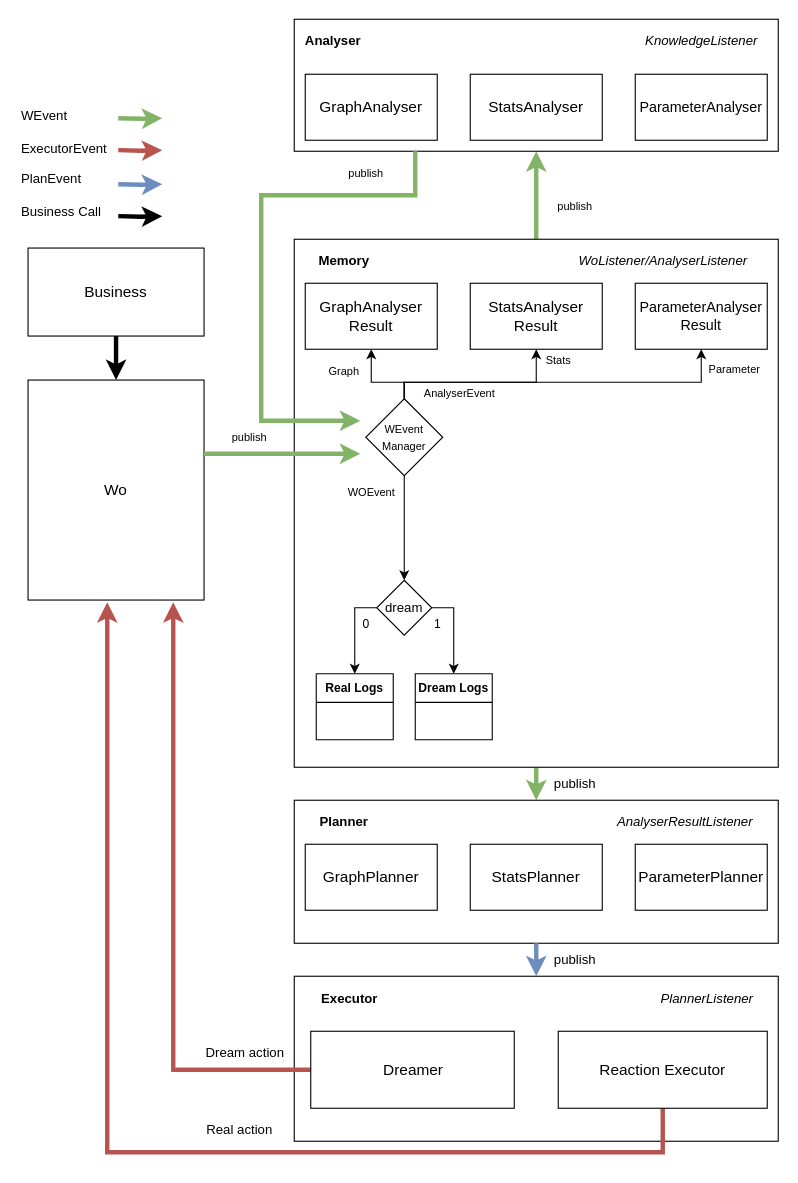
Before: fig/drawio/meta_model.drawio in Sylv-Lej/thesis-separation-concerns, a draw.io diagram. Source tidied: cells renumbered, new cells numbered last; positions are measured from the earlier drawing's top-left corner, leaving out a move shared by most shapes. Both pictures are drawn from the tidied source at 110%, with x=0, y=0 at pixel (19, 19).
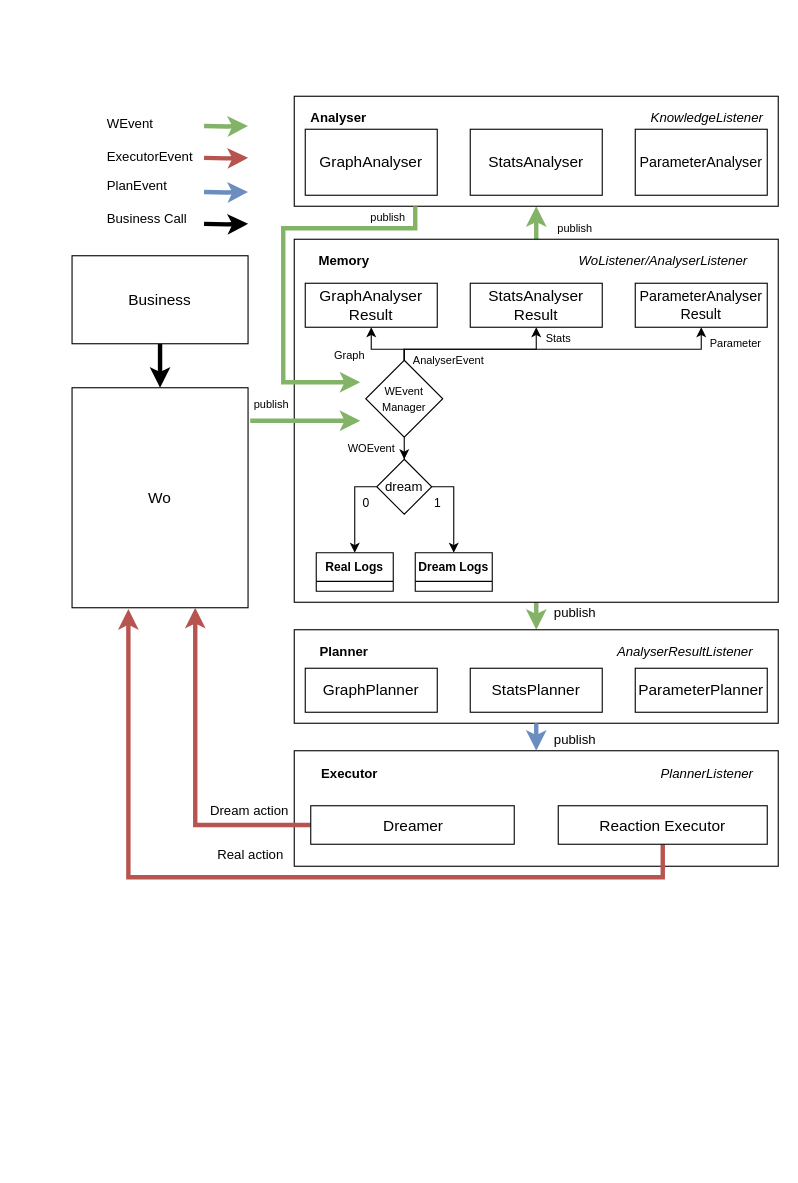
Above is the later version.

What changed in the source:
```diff
@@
     <mxCell id="2" style="rounded=0;whiteSpace=wrap;html=1;fontSize=10;" parent="1" vertex="1">
-      <mxGeometry x="250" y="870" width="440" height="150" as="geometry" />
+      <mxGeometry x="250" y="665" width="440" height="105" as="geometry" />
     </mxCell>
     <mxCell id="3" value="&lt;font style=&quot;font-size: 14px&quot;&gt;Wo&lt;/font&gt;" style="rounded=0;whiteSpace=wrap;html=1;" parent="1" vertex="1">
-      <mxGeometry x="8" y="328" width="160" height="200" as="geometry" />
+      <mxGeometry x="48" y="335" width="160" height="200" as="geometry" />
     </mxCell>
@@
     <mxCell id="5" value="&lt;font style=&quot;font-size: 14px&quot;&gt;Business&lt;/font&gt;" style="rounded=0;whiteSpace=wrap;html=1;" parent="1" vertex="1">
-      <mxGeometry x="8" y="208" width="160" height="80" as="geometry" />
+      <mxGeometry x="48" y="215" width="160" height="80" as="geometry" />
     </mxCell>
-    <mxCell id="6" style="edgeStyle=orthogonalEdgeStyle;rounded=0;jettySize=auto;html=1;exitX=0.5;exitY=0;exitDx=0;exitDy=0;entryX=0.5;entryY=1;entryDx=0;entryDy=0;fontSize=30;strokeWidth=4;fillColor=#d5e8d4;strokeColor=#82b366;" parent="1" edge="1" source="8" target="10">
-      <mxGeometry relative="1" as="geometry" />
+    <mxCell id="6" style="edgeStyle=orthogonalEdgeStyle;rounded=0;jettySize=auto;html=1;exitX=0.5;exitY=0;exitDx=0;exitDy=0;fontSize=30;strokeWidth=4;fillColor=#d5e8d4;strokeColor=#82b366;" parent="1" edge="1" source="8">
+      <mxGeometry relative="1" as="geometry">
+        <mxPoint x="470" y="170" as="targetPoint" />
+      </mxGeometry>
     </mxCell>
@@
     <mxCell id="8" style="rounded=0;whiteSpace=wrap;html=1;" parent="1" vertex="1">
-      <mxGeometry x="250" y="200" width="440" height="480" as="geometry" />
+      <mxGeometry x="250" y="200" width="440" height="330" as="geometry" />
     </mxCell>
@@
     <mxCell id="10" style="rounded=0;whiteSpace=wrap;html=1;" parent="1" vertex="1">
-      <mxGeometry x="250" width="440" height="120" as="geometry" />
+      <mxGeometry x="250" y="70" width="440" height="100" as="geometry" />
     </mxCell>
     <mxCell id="11" value="&lt;i&gt;KnowledgeListener&lt;/i&gt;" style="text;html=1;align=center;verticalAlign=middle;strokeColor=none;fillColor=none;" parent="1" vertex="1">
-      <mxGeometry x="560" y="10" width="120" height="20" as="geometry" />
+      <mxGeometry x="565" y="80" width="120" height="20" as="geometry" />
     </mxCell>
     <mxCell id="12" value="&lt;b&gt;Analyser&lt;/b&gt;" style="text;html=1;align=center;verticalAlign=middle;strokeColor=none;fillColor=none;" parent="1" vertex="1">
-      <mxGeometry x="250" y="10" width="70" height="20" as="geometry" />
+      <mxGeometry x="255" y="80" width="70" height="20" as="geometry" />
     </mxCell>
     <mxCell id="13" value="&lt;font style=&quot;font-size: 14px&quot;&gt;GraphAnalyser&lt;/font&gt;" style="rounded=0;whiteSpace=wrap;html=1;" parent="1" vertex="1">
-      <mxGeometry x="260" y="50" width="120" height="60" as="geometry" />
+      <mxGeometry x="260" y="100" width="120" height="60" as="geometry" />
     </mxCell>
     <mxCell id="14" value="&lt;font style=&quot;font-size: 14px&quot;&gt;StatsAnalyser&lt;/font&gt;" style="rounded=0;whiteSpace=wrap;html=1;" parent="1" vertex="1">
-      <mxGeometry x="410" y="50" width="120" height="60" as="geometry" />
+      <mxGeometry x="410" y="100" width="120" height="60" as="geometry" />
     </mxCell>
     <mxCell id="15" value="&lt;font style=&quot;font-size: 13px&quot;&gt;ParameterAnalyser&lt;/font&gt;" style="rounded=0;whiteSpace=wrap;html=1;" parent="1" vertex="1">
-      <mxGeometry x="560" y="50" width="120" height="60" as="geometry" />
+      <mxGeometry x="560" y="100" width="120" height="60" as="geometry" />
     </mxCell>
@@
     <mxCell id="18" value="dream" style="rhombus;whiteSpace=wrap;html=1;" parent="1" vertex="1">
-      <mxGeometry x="325" y="510" width="50" height="50" as="geometry" />
+      <mxGeometry x="325" y="400" width="50" height="50" as="geometry" />
     </mxCell>
     <mxCell id="19" style="edgeStyle=orthogonalEdgeStyle;rounded=0;orthogonalLoop=1;jettySize=auto;html=1;strokeWidth=4;fillColor=#d5e8d4;strokeColor=#82b366;" parent="1" edge="1">
       <mxGeometry relative="1" as="geometry">
-        <mxPoint x="90" y="90" as="sourcePoint" />
-        <mxPoint x="130" y="90" as="targetPoint" />
+        <mxPoint x="168" y="97" as="sourcePoint" />
+        <mxPoint x="208" y="97" as="targetPoint" />
       </mxGeometry>
     </mxCell>
     <mxCell id="20" value="WEvent" style="text;html=1;strokeColor=none;fillColor=none;align=left;verticalAlign=middle;whiteSpace=wrap;rounded=0;" parent="1" vertex="1">
-      <mxGeometry y="73" width="60" height="30" as="geometry" />
+      <mxGeometry x="78" y="80" width="60" height="30" as="geometry" />
     </mxCell>
     <mxCell id="21" style="edgeStyle=orthogonalEdgeStyle;rounded=0;orthogonalLoop=1;jettySize=auto;html=1;fillColor=#d5e8d4;strokeColor=#82b366;strokeWidth=4;" parent="1" edge="1">
       <mxGeometry relative="1" as="geometry">
-        <mxPoint x="170" y="395" as="sourcePoint" />
-        <mxPoint x="310" y="395" as="targetPoint" />
+        <mxPoint x="210" y="365" as="sourcePoint" />
+        <mxPoint x="310" y="365" as="targetPoint" />
         <Array as="points">
-          <mxPoint x="168" y="395" />
+          <mxPoint x="210" y="365" />
         </Array>
       </mxGeometry>
     </mxCell>
     <mxCell id="22" value="Real Logs" style="swimlane;fontStyle=1;horizontal=1;startSize=26;align=center;fontSize=11;" parent="1" vertex="1">
-      <mxGeometry x="270" y="595" width="70" height="60" as="geometry" />
+      <mxGeometry x="270" y="485" width="70" height="35" as="geometry" />
     </mxCell>
     <mxCell id="23" value="Dream Logs" style="swimlane;fontStyle=1;horizontal=1;startSize=26;align=center;fontSize=11;" parent="1" vertex="1">
-      <mxGeometry x="360" y="595" width="70" height="60" as="geometry" />
+      <mxGeometry x="360" y="485" width="70" height="35" as="geometry" />
     </mxCell>
     <mxCell id="24" value="0" style="text;html=1;align=center;verticalAlign=middle;strokeColor=none;fillColor=none;fontSize=11;" parent="1" vertex="1">
-      <mxGeometry x="305" y="540" width="20" height="20" as="geometry" />
+      <mxGeometry x="305" y="430" width="20" height="20" as="geometry" />
     </mxCell>
     <mxCell id="25" value="1" style="text;html=1;align=center;verticalAlign=middle;strokeColor=none;fillColor=none;fontSize=11;" parent="1" vertex="1">
-      <mxGeometry x="370" y="540" width="20" height="20" as="geometry" />
+      <mxGeometry x="370" y="430" width="20" height="20" as="geometry" />
     </mxCell>
     <mxCell id="26" value="&lt;font style=&quot;font-size: 14px&quot;&gt;GraphAnalyser&lt;br&gt;Result&lt;/font&gt;" style="rounded=0;whiteSpace=wrap;html=1;" parent="1" vertex="1">
-      <mxGeometry x="260" y="240" width="120" height="60" as="geometry" />
+      <mxGeometry x="260" y="240" width="120" height="40" as="geometry" />
     </mxCell>
     <mxCell id="27" value="&lt;font style=&quot;font-size: 14px&quot;&gt;StatsAnalyser&lt;br&gt;Result&lt;/font&gt;" style="rounded=0;whiteSpace=wrap;html=1;" parent="1" vertex="1">
-      <mxGeometry x="410" y="240" width="120" height="60" as="geometry" />
+      <mxGeometry x="410" y="240" width="120" height="40" as="geometry" />
     </mxCell>
     <mxCell id="28" value="&lt;font style=&quot;font-size: 13px&quot;&gt;ParameterAnalyser&lt;br&gt;Result&lt;/font&gt;" style="rounded=0;whiteSpace=wrap;html=1;" parent="1" vertex="1">
-      <mxGeometry x="560" y="240" width="120" height="60" as="geometry" />
+      <mxGeometry x="560" y="240" width="120" height="40" as="geometry" />
     </mxCell>
@@
     <mxCell id="30" style="edgeStyle=orthogonalEdgeStyle;rounded=0;jettySize=auto;html=1;entryX=0.5;entryY=1;entryDx=0;entryDy=0;fontSize=10;strokeWidth=1;" parent="1" edge="1" source="33" target="26">
       <mxGeometry relative="1" as="geometry">
         <Array as="points">
-          <mxPoint x="350" y="330" />
-          <mxPoint x="320" y="330" />
+          <mxPoint x="350" y="300" />
+          <mxPoint x="320" y="300" />
         </Array>
       </mxGeometry>
     </mxCell>
     <mxCell id="31" style="edgeStyle=orthogonalEdgeStyle;rounded=0;jettySize=auto;html=1;entryX=0.5;entryY=1;entryDx=0;entryDy=0;fontSize=10;strokeWidth=1;" parent="1" edge="1" source="33" target="27">
       <mxGeometry relative="1" as="geometry">
         <Array as="points">
-          <mxPoint x="350" y="330" />
-          <mxPoint x="470" y="330" />
+          <mxPoint x="350" y="300" />
+          <mxPoint x="470" y="300" />
         </Array>
       </mxGeometry>
     </mxCell>
     <mxCell id="32" style="edgeStyle=orthogonalEdgeStyle;rounded=0;jettySize=auto;html=1;entryX=0.5;entryY=1;entryDx=0;entryDy=0;fontSize=10;strokeWidth=1;" parent="1" edge="1" source="33" target="28">
       <mxGeometry relative="1" as="geometry">
         <Array as="points">
-          <mxPoint x="350" y="330" />
-          <mxPoint x="620" y="330" />
+          <mxPoint x="350" y="300" />
+          <mxPoint x="620" y="300" />
         </Array>
       </mxGeometry>
     </mxCell>
     <mxCell id="33" value="&lt;font style=&quot;font-size: 10px&quot;&gt;WEvent&lt;br&gt;Manager&lt;/font&gt;" style="rhombus;whiteSpace=wrap;html=1;fontSize=12;" parent="1" vertex="1">
-      <mxGeometry x="315" y="345" width="70" height="70" as="geometry" />
+      <mxGeometry x="315" y="310" width="70" height="70" as="geometry" />
     </mxCell>
     <mxCell id="34" value="WOEvent" style="text;html=1;align=center;verticalAlign=middle;strokeColor=none;fillColor=none;fontSize=10;" parent="1" vertex="1">
-      <mxGeometry x="290" y="420" width="60" height="20" as="geometry" />
+      <mxGeometry x="290" y="380" width="60" height="20" as="geometry" />
     </mxCell>
     <mxCell id="35" value="AnalyserEvent" style="text;html=1;align=center;verticalAlign=middle;strokeColor=none;fillColor=none;fontSize=10;" parent="1" vertex="1">
-      <mxGeometry x="360" y="330" width="80" height="20" as="geometry" />
+      <mxGeometry x="350" y="300" width="80" height="20" as="geometry" />
     </mxCell>
     <mxCell id="36" value="Graph" style="text;html=1;align=center;verticalAlign=middle;strokeColor=none;fillColor=none;fontSize=10;" parent="1" vertex="1">
-      <mxGeometry x="275" y="310" width="40" height="20" as="geometry" />
+      <mxGeometry x="280" y="295" width="40" height="20" as="geometry" />
     </mxCell>
     <mxCell id="37" value="Stats" style="text;html=1;align=center;verticalAlign=middle;strokeColor=none;fillColor=none;fontSize=10;" parent="1" vertex="1">
-      <mxGeometry x="470" y="300" width="40" height="20" as="geometry" />
+      <mxGeometry x="470" y="280" width="40" height="20" as="geometry" />
     </mxCell>
     <mxCell id="38" value="Parameter" style="text;html=1;align=center;verticalAlign=middle;strokeColor=none;fillColor=none;fontSize=10;" parent="1" vertex="1">
-      <mxGeometry x="620" y="308" width="60" height="20" as="geometry" />
+      <mxGeometry x="621" y="284" width="60" height="20" as="geometry" />
     </mxCell>
     <mxCell id="39" value="&lt;i&gt;PlannerListener&lt;/i&gt;" style="text;html=1;align=center;verticalAlign=middle;strokeColor=none;fillColor=none;" parent="1" vertex="1">
-      <mxGeometry x="575" y="881" width="100" height="20" as="geometry" />
+      <mxGeometry x="575" y="676" width="100" height="20" as="geometry" />
     </mxCell>
     <mxCell id="40" value="ExecutorEvent" style="text;html=1;strokeColor=none;fillColor=none;align=left;verticalAlign=middle;whiteSpace=wrap;rounded=0;" parent="1" vertex="1">
-      <mxGeometry y="103" width="90" height="30" as="geometry" />
+      <mxGeometry x="78" y="110" width="90" height="30" as="geometry" />
     </mxCell>
     <mxCell id="41" style="edgeStyle=orthogonalEdgeStyle;rounded=0;orthogonalLoop=1;jettySize=auto;html=1;strokeWidth=4;fillColor=#f8cecc;strokeColor=#b85450;" parent="1" edge="1">
       <mxGeometry relative="1" as="geometry">
-        <mxPoint x="90" y="119" as="sourcePoint" />
-        <mxPoint x="130" y="119" as="targetPoint" />
+        <mxPoint x="168" y="126" as="sourcePoint" />
+        <mxPoint x="208" y="126" as="targetPoint" />
       </mxGeometry>
     </mxCell>
     <mxCell id="42" value="publish" style="text;html=1;align=center;verticalAlign=middle;strokeColor=none;fillColor=none;fontSize=10;" parent="1" vertex="1">
-      <mxGeometry x="480" y="160" width="50" height="20" as="geometry" />
+      <mxGeometry x="480" y="180" width="50" height="20" as="geometry" />
     </mxCell>
     <mxCell id="43" value="publish" style="text;html=1;align=center;verticalAlign=middle;strokeColor=none;fillColor=none;fontSize=10;" parent="1" vertex="1">
-      <mxGeometry x="184" y="370" width="50" height="20" as="geometry" />
+      <mxGeometry x="204" y="340" width="50" height="20" as="geometry" />
     </mxCell>
-    <mxCell id="44" style="edgeStyle=orthogonalEdgeStyle;rounded=0;jettySize=auto;html=1;strokeWidth=4;fillColor=#d5e8d4;strokeColor=#82b366;exitX=0.25;exitY=1;exitDx=0;exitDy=0;" parent="1" edge="1" source="10">
+    <mxCell id="44" style="edgeStyle=orthogonalEdgeStyle;rounded=0;orthogonalLoop=1;jettySize=auto;html=1;strokeWidth=4;fillColor=#d5e8d4;strokeColor=#82b366;" parent="1" edge="1">
       <mxGeometry relative="1" as="geometry">
-        <mxPoint x="310" y="365" as="targetPoint" />
+        <mxPoint x="360" y="170" as="sourcePoint" />
+        <mxPoint x="310" y="330" as="targetPoint" />
         <Array as="points">
-          <mxPoint x="360" y="160" />
-          <mxPoint x="220" y="160" />
-          <mxPoint x="220" y="365" />
+          <mxPoint x="360" y="190" />
+          <mxPoint x="240" y="190" />
+          <mxPoint x="240" y="330" />
+          <mxPoint x="310" y="330" />
         </Array>
       </mxGeometry>
     </mxCell>
     <mxCell id="45" style="rounded=0;whiteSpace=wrap;html=1;fontSize=10;" parent="1" vertex="1">
-      <mxGeometry x="250" y="710" width="440" height="130" as="geometry" />
+      <mxGeometry x="250" y="555" width="440" height="85" as="geometry" />
     </mxCell>
     <mxCell id="46" value="&lt;i&gt;AnalyserResultListener&lt;/i&gt;" style="text;html=1;align=center;verticalAlign=middle;strokeColor=none;fillColor=none;" parent="1" vertex="1">
-      <mxGeometry x="535" y="720" width="140" height="20" as="geometry" />
+      <mxGeometry x="535" y="565" width="140" height="20" as="geometry" />
     </mxCell>
     <mxCell id="47" value="&lt;font style=&quot;font-size: 14px&quot;&gt;ParameterPlanner&lt;/font&gt;" style="rounded=0;whiteSpace=wrap;html=1;" parent="1" vertex="1">
-      <mxGeometry x="560" y="750" width="120" height="60" as="geometry" />
+      <mxGeometry x="560" y="590" width="120" height="40" as="geometry" />
     </mxCell>
     <mxCell id="48" value="&lt;font style=&quot;font-size: 14px&quot;&gt;StatsPlanner&lt;/font&gt;" style="rounded=0;whiteSpace=wrap;html=1;" parent="1" vertex="1">
-      <mxGeometry x="410" y="750" width="120" height="60" as="geometry" />
+      <mxGeometry x="410" y="590" width="120" height="40" as="geometry" />
     </mxCell>
     <mxCell id="49" value="&lt;font style=&quot;font-size: 14px&quot;&gt;GraphPlanner&lt;/font&gt;" style="rounded=0;whiteSpace=wrap;html=1;" parent="1" vertex="1">
-      <mxGeometry x="260" y="750" width="120" height="60" as="geometry" />
+      <mxGeometry x="260" y="590" width="120" height="40" as="geometry" />
     </mxCell>
     <mxCell id="50" value="publish" style="text;html=1;align=center;verticalAlign=middle;strokeColor=none;" parent="1" vertex="1">
-      <mxGeometry x="480" y="685" width="50" height="20" as="geometry" />
+      <mxGeometry x="480" y="530" width="50" height="20" as="geometry" />
     </mxCell>
     <mxCell id="51" value="&lt;b&gt;Planner&lt;/b&gt;" style="text;html=1;align=center;verticalAlign=middle;strokeColor=none;fillColor=none;" parent="1" vertex="1">
-      <mxGeometry x="265" y="720" width="60" height="20" as="geometry" />
+      <mxGeometry x="265" y="565" width="60" height="20" as="geometry" />
     </mxCell>
@@
     <mxCell id="53" value="publish" style="text;html=1;align=center;verticalAlign=middle;strokeColor=none;fillColor=none;fontSize=10;" parent="1" vertex="1">
-      <mxGeometry x="290" y="130" width="50" height="20" as="geometry" />
+      <mxGeometry x="310" y="170" width="50" height="20" as="geometry" />
     </mxCell>
-    <mxCell id="54" style="edgeStyle=orthogonalEdgeStyle;rounded=0;jettySize=auto;html=1;startArrow=none;startFill=0;endArrow=classic;endFill=1;strokeWidth=4;fillColor=#f8cecc;strokeColor=#b85450;exitX=0;exitY=0.5;exitDx=0;exitDy=0;" parent="1" edge="1" source="61">
+    <mxCell id="54" style="edgeStyle=orthogonalEdgeStyle;rounded=0;jettySize=auto;html=1;startArrow=none;startFill=0;endArrow=classic;endFill=1;strokeWidth=4;fillColor=#f8cecc;strokeColor=#b85450;exitX=0;exitY=0.5;exitDx=0;exitDy=0;" parent="1" edge="1" source="61" target="3">
       <mxGeometry relative="1" as="geometry">
-        <mxPoint x="140" y="530" as="targetPoint" />
         <Array as="points">
-          <mxPoint x="140" y="955" />
+          <mxPoint x="160" y="733" />
         </Array>
       </mxGeometry>
     </mxCell>
-    <mxCell id="55" style="edgeStyle=orthogonalEdgeStyle;rounded=0;jettySize=auto;html=1;startArrow=none;startFill=0;endArrow=classic;endFill=1;strokeWidth=4;fillColor=#f8cecc;strokeColor=#b85450;exitX=0.5;exitY=1;exitDx=0;exitDy=0;" parent="1" edge="1" source="63">
+    <mxCell id="55" style="edgeStyle=orthogonalEdgeStyle;rounded=0;jettySize=auto;html=1;startArrow=none;startFill=0;endArrow=classic;endFill=1;strokeWidth=4;fillColor=#f8cecc;strokeColor=#b85450;exitX=0.5;exitY=1;exitDx=0;exitDy=0;entryX=0.32;entryY=1.006;entryDx=0;entryDy=0;entryPerimeter=0;" parent="1" edge="1" source="63" target="3">
       <mxGeometry relative="1" as="geometry">
-        <mxPoint x="80" y="530" as="targetPoint" />
         <Array as="points">
-          <mxPoint x="585" y="1030" />
-          <mxPoint x="80" y="1030" />
+          <mxPoint x="585" y="780" />
+          <mxPoint x="99" y="780" />
         </Array>
       </mxGeometry>
     </mxCell>
     <mxCell id="56" value="Dream action" style="text;html=1;align=center;verticalAlign=middle;strokeColor=none;" parent="1" vertex="1">
-      <mxGeometry x="160" y="930" width="90" height="20" as="geometry" />
+      <mxGeometry x="164" y="710" width="90" height="20" as="geometry" />
     </mxCell>
     <mxCell id="57" value="Real action" style="text;html=1;align=center;verticalAlign=middle;strokeColor=none;" parent="1" vertex="1">
-      <mxGeometry x="160" y="1000" width="80" height="20" as="geometry" />
+      <mxGeometry x="170" y="750" width="80" height="20" as="geometry" />
     </mxCell>
-    <mxCell id="58" style="edgeStyle=orthogonalEdgeStyle;rounded=0;orthogonalLoop=1;jettySize=auto;html=1;startArrow=none;startFill=0;endArrow=classic;endFill=1;strokeWidth=4;fillColor=#dae8fc;strokeColor=#6c8ebf;" parent="1" edge="1">
+    <mxCell id="58" style="edgeStyle=orthogonalEdgeStyle;rounded=0;jettySize=auto;html=1;startArrow=none;startFill=0;endArrow=classic;endFill=1;strokeWidth=4;fillColor=#dae8fc;strokeColor=#6c8ebf;entryX=0.5;entryY=0;entryDx=0;entryDy=0;" parent="1" edge="1" target="2">
       <mxGeometry relative="1" as="geometry">
-        <mxPoint x="470" y="840" as="sourcePoint" />
-        <mxPoint x="470" y="870" as="targetPoint" />
+        <mxPoint x="470" y="640" as="sourcePoint" />
       </mxGeometry>
     </mxCell>
     <mxCell id="59" value="publish" style="text;html=1;align=center;verticalAlign=middle;strokeColor=none;" parent="1" vertex="1">
-      <mxGeometry x="480" y="845" width="50" height="20" as="geometry" />
+      <mxGeometry x="480" y="645" width="50" height="20" as="geometry" />
     </mxCell>
     <mxCell id="60" style="group;" parent="1" vertex="1">
-      <mxGeometry x="265" y="920" width="185" height="70" as="geometry" />
+      <mxGeometry x="265" y="715" width="185" height="35" as="geometry" />
     </mxCell>
     <mxCell id="61" style="rounded=0;whiteSpace=wrap;html=1;fontSize=10;" parent="60" vertex="1">
-      <mxGeometry width="185" height="70" as="geometry" />
+      <mxGeometry width="185" height="35" as="geometry" />
     </mxCell>
     <mxCell id="62" value="&lt;font style=&quot;font-size: 14px&quot;&gt;Dreamer&lt;/font&gt;" style="text;html=1;align=center;verticalAlign=middle;strokeColor=none;fillColor=none;" parent="60" vertex="1">
-      <mxGeometry x="57.5" y="25" width="70" height="20" as="geometry" />
+      <mxGeometry x="57.5" y="7.5" width="70" height="20" as="geometry" />
     </mxCell>
     <mxCell id="63" value="&lt;font style=&quot;font-size: 14px&quot;&gt;Reaction Executor&lt;/font&gt;" style="rounded=0;whiteSpace=wrap;html=1;fontSize=10;" parent="1" vertex="1">
-      <mxGeometry x="490" y="920" width="190" height="70" as="geometry" />
+      <mxGeometry x="490" y="715" width="190" height="35" as="geometry" />
     </mxCell>
     <mxCell id="64" value="&lt;b&gt;Executor&lt;/b&gt;" style="text;html=1;align=center;verticalAlign=middle;strokeColor=none;fillColor=none;" parent="1" vertex="1">
-      <mxGeometry x="265" y="881" width="70" height="20" as="geometry" />
+      <mxGeometry x="265" y="676" width="70" height="20" as="geometry" />
     </mxCell>
     <mxCell id="65" value="PlanEvent" style="text;html=1;strokeColor=none;fillColor=none;align=left;verticalAlign=middle;whiteSpace=wrap;rounded=0;" parent="1" vertex="1">
-      <mxGeometry y="130" width="60" height="30" as="geometry" />
+      <mxGeometry x="78" y="137" width="60" height="30" as="geometry" />
     </mxCell>
     <mxCell id="66" style="edgeStyle=orthogonalEdgeStyle;rounded=0;orthogonalLoop=1;jettySize=auto;html=1;strokeWidth=4;fillColor=#dae8fc;strokeColor=#6c8ebf;" parent="1" edge="1">
       <mxGeometry relative="1" as="geometry">
-        <mxPoint x="90" y="150" as="sourcePoint" />
-        <mxPoint x="130" y="150" as="targetPoint" />
+        <mxPoint x="168" y="157" as="sourcePoint" />
+        <mxPoint x="208" y="157" as="targetPoint" />
       </mxGeometry>
     </mxCell>
     <mxCell id="67" style="edgeStyle=orthogonalEdgeStyle;rounded=0;orthogonalLoop=1;jettySize=auto;html=1;strokeWidth=4;fillColor=#f8cecc;strokeColor=#000000;" parent="1" edge="1">
       <mxGeometry relative="1" as="geometry">
-        <mxPoint x="90" y="179" as="sourcePoint" />
-        <mxPoint x="130" y="179" as="targetPoint" />
+        <mxPoint x="168" y="186" as="sourcePoint" />
+        <mxPoint x="208" y="186" as="targetPoint" />
       </mxGeometry>
     </mxCell>
     <mxCell id="68" value="Business Call" style="text;html=1;strokeColor=none;fillColor=none;align=left;verticalAlign=middle;whiteSpace=wrap;rounded=0;" parent="1" vertex="1">
-      <mxGeometry y="160" width="80" height="30" as="geometry" />
+      <mxGeometry x="78" y="167" width="80" height="30" as="geometry" />
     </mxCell>
```
